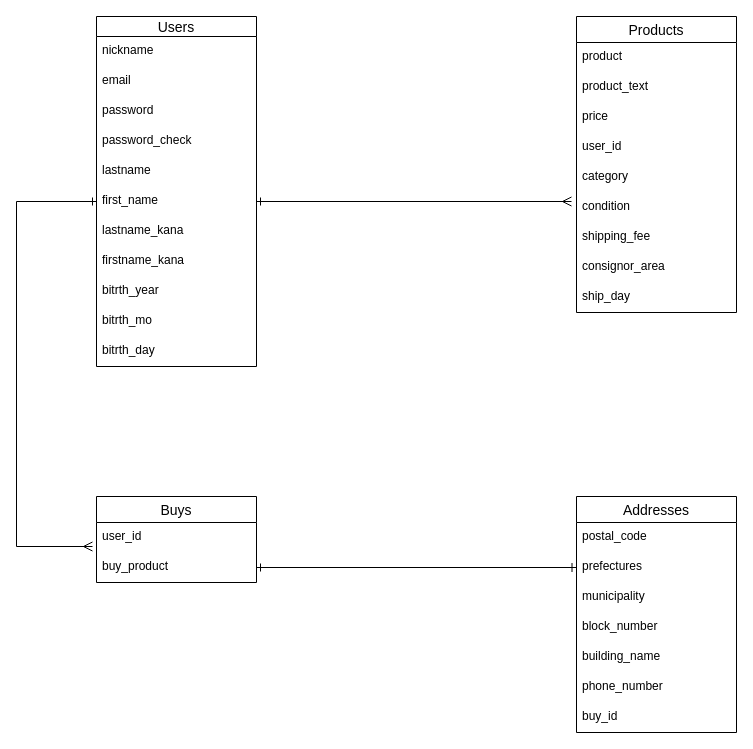
Above: er.dio in kenken-9/furima-35194 (draw.io), before the change. Source tidied: cells renumbered, new cells numbered last; positions are measured from the earlier drawing's top-left corner, leaving out a move shared by most shapes. Both pictures are drawn from the tidied source at 100%, with x=0, y=0 at pixel (16, 16).
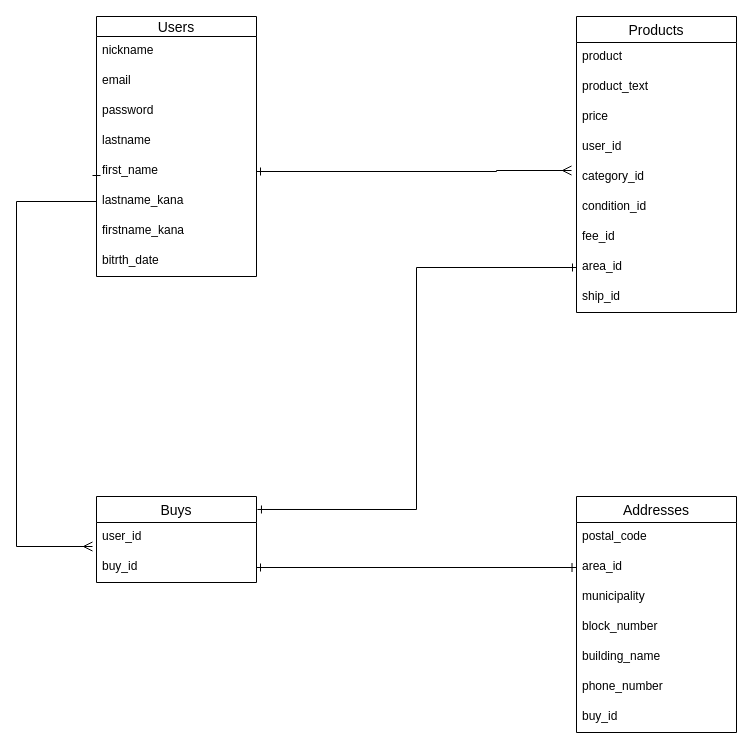
Above is the later version.

Commit message (it also covers changes not shown here):
encrypted_passwordにカラム名を変更

Unchanged cells that the change refers to:
```xml
<mxCell id="14" value="Products" style="swimlane;fontStyle=0;horizontal=1;startSize=26;align=center;fontSize=14;" parent="1" vertex="1">
  <mxGeometry x="560" width="160" height="296" as="geometry" />
</mxCell>
<mxCell id="24" value="Buys" style="swimlane;fontStyle=0;horizontal=1;startSize=26;align=center;fontSize=14;" parent="1" vertex="1">
  <mxGeometry x="80" y="480" width="160" height="86" as="geometry" />
</mxCell>
<mxCell id="27" value="Addresses" style="swimlane;fontStyle=0;horizontal=1;startSize=26;align=center;fontSize=14;" parent="1" vertex="1">
  <mxGeometry x="560" y="480" width="160" height="236" as="geometry" />
</mxCell>
```

What changed in the source:
```diff
@@
     <mxCell id="2" value="Users" style="swimlane;fontStyle=0;horizontal=1;startSize=20;align=center;fontSize=14;" parent="1" vertex="1">
-      <mxGeometry x="80" width="160" height="350" as="geometry" />
+      <mxGeometry x="80" width="160" height="260" as="geometry" />
     </mxCell>
@@
-    <mxCell id="6" value="password_check" style="text;strokeColor=none;fillColor=none;spacingLeft=4;spacingRight=4;overflow=hidden;fontSize=12;" parent="2" vertex="1">
-      <mxGeometry y="110" width="160" height="30" as="geometry" />
-    </mxCell>
     <mxCell id="7" value="lastname" style="text;strokeColor=none;fillColor=none;spacingLeft=4;spacingRight=4;overflow=hidden;fontSize=12;" parent="2" vertex="1">
-      <mxGeometry y="140" width="160" height="30" as="geometry" />
+      <mxGeometry y="110" width="160" height="30" as="geometry" />
     </mxCell>
     <mxCell id="8" value="first_name" style="text;strokeColor=none;fillColor=none;spacingLeft=4;spacingRight=4;overflow=hidden;points=[[0,0.5],[1,0.5]];portConstraint=eastwest;fontSize=12;" parent="2" vertex="1">
-      <mxGeometry y="170" width="160" height="30" as="geometry" />
+      <mxGeometry y="140" width="160" height="30" as="geometry" />
     </mxCell>
     <mxCell id="9" value="lastname_kana" style="text;strokeColor=none;fillColor=none;spacingLeft=4;spacingRight=4;overflow=hidden;fontSize=12;" parent="2" vertex="1">
-      <mxGeometry y="200" width="160" height="30" as="geometry" />
+      <mxGeometry y="170" width="160" height="30" as="geometry" />
     </mxCell>
     <mxCell id="10" value="firstname_kana" style="text;strokeColor=none;fillColor=none;spacingLeft=4;spacingRight=4;overflow=hidden;fontSize=12;" parent="2" vertex="1">
-      <mxGeometry y="230" width="160" height="30" as="geometry" />
+      <mxGeometry y="200" width="160" height="30" as="geometry" />
     </mxCell>
-    <mxCell id="11" value="bitrth_year" style="text;strokeColor=none;fillColor=none;spacingLeft=4;spacingRight=4;overflow=hidden;fontSize=12;" parent="2" vertex="1">
-      <mxGeometry y="260" width="160" height="30" as="geometry" />
+    <mxCell id="11" value="bitrth_date" style="text;strokeColor=none;fillColor=none;spacingLeft=4;spacingRight=4;overflow=hidden;fontSize=12;" parent="2" vertex="1">
+      <mxGeometry y="230" width="160" height="30" as="geometry" />
     </mxCell>
-    <mxCell id="12" value="bitrth_mo" style="text;strokeColor=none;fillColor=none;spacingLeft=4;spacingRight=4;overflow=hidden;fontSize=12;" parent="2" vertex="1">
-      <mxGeometry y="290" width="160" height="30" as="geometry" />
-    </mxCell>
-    <mxCell id="13" value="bitrth_day" style="text;strokeColor=none;fillColor=none;spacingLeft=4;spacingRight=4;overflow=hidden;fontSize=12;" parent="2" vertex="1">
-      <mxGeometry y="320" width="160" height="30" as="geometry" />
-    </mxCell>
@@
-    <mxCell id="19" value="category" style="text;strokeColor=none;fillColor=none;spacingLeft=4;spacingRight=4;overflow=hidden;points=[[0,0.5],[1,0.5]];portConstraint=eastwest;fontSize=12;" parent="14" vertex="1">
+    <mxCell id="19" value="category_id" style="text;strokeColor=none;fillColor=none;spacingLeft=4;spacingRight=4;overflow=hidden;points=[[0,0.5],[1,0.5]];portConstraint=eastwest;fontSize=12;" parent="14" vertex="1">
       <mxGeometry y="146" width="160" height="30" as="geometry" />
     </mxCell>
-    <mxCell id="20" value="condition" style="text;strokeColor=none;fillColor=none;spacingLeft=4;spacingRight=4;overflow=hidden;fontSize=12;" parent="14" vertex="1">
+    <mxCell id="20" value="condition_id" style="text;strokeColor=none;fillColor=none;spacingLeft=4;spacingRight=4;overflow=hidden;fontSize=12;" parent="14" vertex="1">
       <mxGeometry y="176" width="160" height="30" as="geometry" />
     </mxCell>
-    <mxCell id="21" value="shipping_fee" style="text;strokeColor=none;fillColor=none;spacingLeft=4;spacingRight=4;overflow=hidden;fontSize=12;" parent="14" vertex="1">
+    <mxCell id="21" value="fee_id" style="text;strokeColor=none;fillColor=none;spacingLeft=4;spacingRight=4;overflow=hidden;fontSize=12;" parent="14" vertex="1">
       <mxGeometry y="206" width="160" height="30" as="geometry" />
     </mxCell>
-    <mxCell id="22" value="consignor_area" style="text;strokeColor=none;fillColor=none;spacingLeft=4;spacingRight=4;overflow=hidden;points=[[0,0.5],[1,0.5]];portConstraint=eastwest;fontSize=12;" parent="14" vertex="1">
+    <mxCell id="22" value="area_id" style="text;strokeColor=none;fillColor=none;spacingLeft=4;spacingRight=4;overflow=hidden;points=[[0,0.5],[1,0.5]];portConstraint=eastwest;fontSize=12;" parent="14" vertex="1">
       <mxGeometry y="236" width="160" height="30" as="geometry" />
     </mxCell>
-    <mxCell id="23" value="ship_day" style="text;strokeColor=none;fillColor=none;spacingLeft=4;spacingRight=4;overflow=hidden;fontSize=12;" parent="14" vertex="1">
+    <mxCell id="23" value="ship_id" style="text;strokeColor=none;fillColor=none;spacingLeft=4;spacingRight=4;overflow=hidden;fontSize=12;" parent="14" vertex="1">
       <mxGeometry y="266" width="160" height="30" as="geometry" />
     </mxCell>
@@
-    <mxCell id="26" value="buy_product" style="text;strokeColor=none;fillColor=none;spacingLeft=4;spacingRight=4;overflow=hidden;points=[[0,0.5],[1,0.5]];portConstraint=eastwest;fontSize=12;" parent="24" vertex="1">
+    <mxCell id="26" value="buy_id" style="text;strokeColor=none;fillColor=none;spacingLeft=4;spacingRight=4;overflow=hidden;points=[[0,0.5],[1,0.5]];portConstraint=eastwest;fontSize=12;" parent="24" vertex="1">
       <mxGeometry y="56" width="160" height="30" as="geometry" />
     </mxCell>
@@
-    <mxCell id="29" value="prefectures" style="text;strokeColor=none;fillColor=none;spacingLeft=4;spacingRight=4;overflow=hidden;points=[[0,0.5],[1,0.5]];portConstraint=eastwest;fontSize=12;" parent="27" vertex="1">
+    <mxCell id="29" value="area_id" style="text;strokeColor=none;fillColor=none;spacingLeft=4;spacingRight=4;overflow=hidden;points=[[0,0.5],[1,0.5]];portConstraint=eastwest;fontSize=12;" parent="27" vertex="1">
       <mxGeometry y="56" width="160" height="30" as="geometry" />
     </mxCell>
@@
-    <mxCell id="35" style="edgeStyle=orthogonalEdgeStyle;rounded=0;jettySize=auto;html=1;exitX=1;exitY=0.5;exitDx=0;exitDy=0;endArrow=ERmany;endFill=0;strokeWidth=1;endSize=7;startArrow=ERone;startFill=0;" parent="1" edge="1" source="8">
+    <mxCell id="35" style="edgeStyle=orthogonalEdgeStyle;rounded=0;jettySize=auto;html=1;exitX=1;exitY=0.5;exitDx=0;exitDy=0;endArrow=ERmany;endFill=0;strokeWidth=1;endSize=7;startArrow=ERone;startFill=0;entryX=-0.031;entryY=0.267;entryDx=0;entryDy=0;entryPerimeter=0;" parent="1" edge="1" source="8" target="19">
       <mxGeometry relative="1" as="geometry">
-        <mxPoint x="555" y="185" as="targetPoint" />
+        <Array as="points">
+          <mxPoint x="480" y="155" />
+          <mxPoint x="480" y="154" />
+        </Array>
       </mxGeometry>
     </mxCell>
@@
+    <mxCell id="38" style="edgeStyle=orthogonalEdgeStyle;rounded=0;jettySize=auto;html=1;entryX=1.006;entryY=0.151;entryDx=0;entryDy=0;entryPerimeter=0;endArrow=ERone;endFill=0;startArrow=ERone;startFill=0;" parent="1" edge="1" source="22" target="24">
+      <mxGeometry relative="1" as="geometry">
+        <Array as="points">
+          <mxPoint x="400" y="251" />
+          <mxPoint x="400" y="493" />
+        </Array>
+      </mxGeometry>
+    </mxCell>
```
